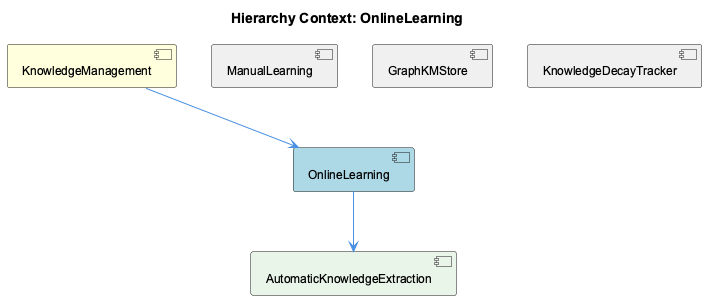
Before: knowledge-management/insights/images/online-learning-relationship.png, a diagram exported from PlantUML (fwornle/coding).
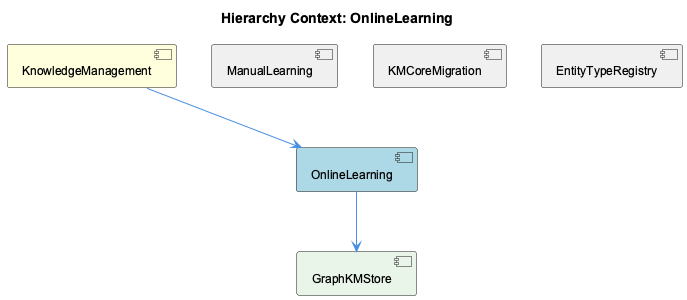
The same diagram one commit later.

Change to the diagram source:
```diff
@@ -6,14 +6,14 @@
 [KnowledgeManagement] as knowledge_management #FFFFDD
 [OnlineLearning] as online_learning #LightBlue
 [ManualLearning] as manual_learning #F0F0F0
-[GraphKMStore] as graph_kmstore #F0F0F0
-[KnowledgeDecayTracker] as knowledge_decay_tracker #F0F0F0
-[AutomaticKnowledgeExtraction] as automatic_knowledge_extraction #E8F5E8
+[KMCoreMigration] as kmcore_migration #F0F0F0
+[EntityTypeRegistry] as entity_type_registry #F0F0F0
+[GraphKMStore] as graph_kmstore #E8F5E8
 
 knowledge_management --> online_learning
 manual_learning -[hidden]- online_learning
-graph_kmstore -[hidden]- online_learning
-knowledge_decay_tracker -[hidden]- online_learning
-online_learning --> automatic_knowledge_extraction
+kmcore_migration -[hidden]- online_learning
+entity_type_registry -[hidden]- online_learning
+online_learning --> graph_kmstore
 
 @enduml
```
